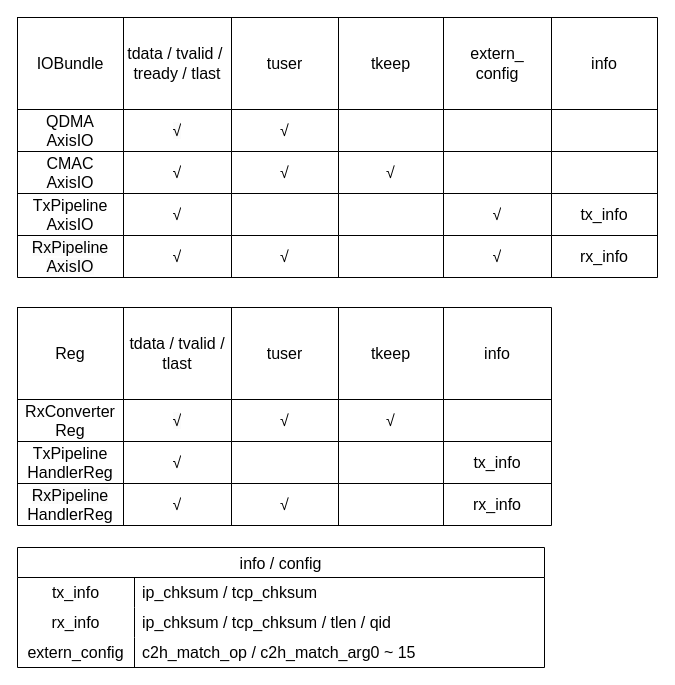
The draw.io diagram drawio/io_and_reg.drawio in Gwins7/SmartNIC, before the edit. Source tidied: cells renumbered, new cells numbered last; positions are measured from the earlier drawing's top-left corner, leaving out a move shared by most shapes. Both pictures are drawn from the tidied source at 100%, with x=0, y=0 at pixel (17, 17).
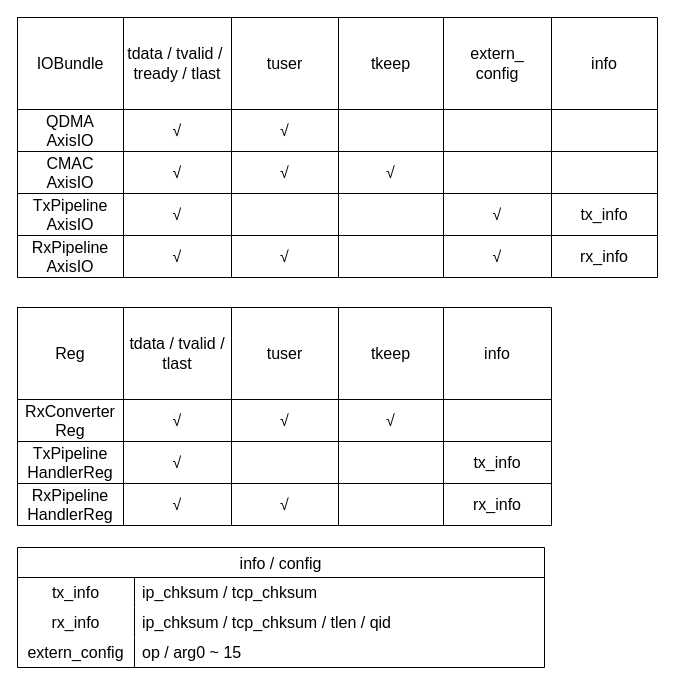
Above is the later version.

Unchanged cells that the change refers to:
```xml
<mxCell id="70" style="shape=tableRow;horizontal=0;startSize=0;swimlaneHead=0;swimlaneBody=0;top=0;left=0;bottom=0;right=0;fillColor=none;strokeColor=inherit;fontSize=16;" parent="63" vertex="1">
  <mxGeometry y="90" width="527" height="30" as="geometry" />
</mxCell>
```

Diff of the diagram source:
```diff
@@
-    <mxCell id="72" value="c2h_match_op / c2h_match_arg0 ~ 15" style="shape=partialRectangle;html=1;whiteSpace=wrap;fillColor=none;top=0;left=0;bottom=0;right=0;align=left;spacingLeft=6;overflow=hidden;strokeColor=inherit;fontSize=16;" parent="70" vertex="1">
+    <mxCell id="72" value="op / arg0 ~ 15" style="shape=partialRectangle;html=1;whiteSpace=wrap;fillColor=none;top=0;left=0;bottom=0;right=0;align=left;spacingLeft=6;overflow=hidden;strokeColor=inherit;fontSize=16;" parent="70" vertex="1">
       <mxGeometry x="117" width="410" height="30" as="geometry" />
     </mxCell>
```
